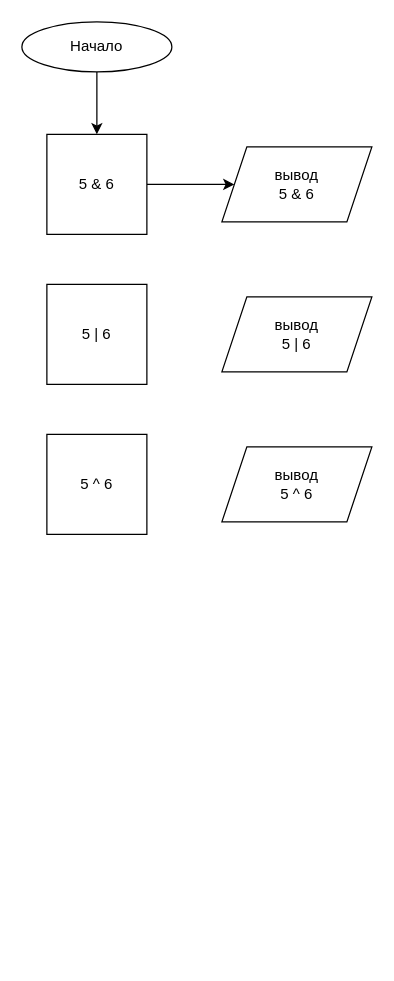
The draw.io diagram less_1_task_1.drawio in m0rtal/GeekBrains, before the edit. Source tidied: cells renumbered, new cells numbered last; positions are measured from the earlier drawing's top-left corner, leaving out a move shared by most shapes. Both pictures are drawn from the tidied source at 125%, with x=0, y=0 at pixel (21, 21).
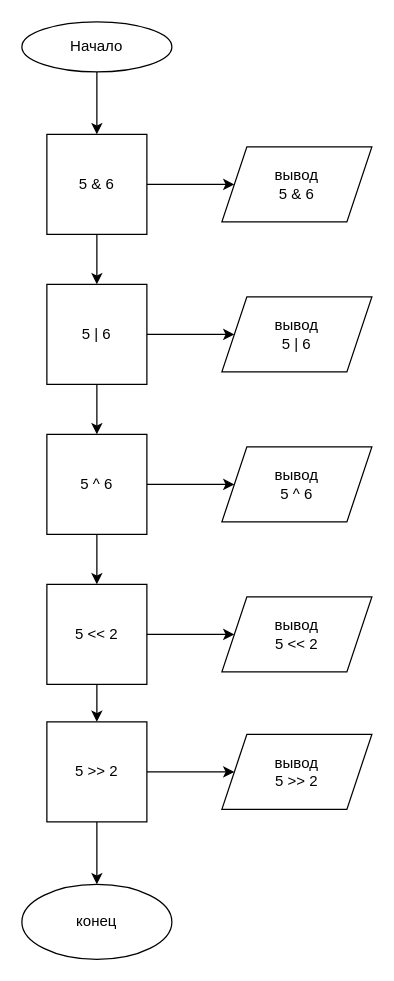
After the change.

Unchanged cells that the change refers to:
```xml
<mxCell id="5" value="5 &amp;amp; 6" style="whiteSpace=wrap;html=1;" parent="1" vertex="1">
  <mxGeometry x="20" y="90" width="80" height="80" as="geometry" />
</mxCell>
<mxCell id="7" value="5 | 6" style="whiteSpace=wrap;html=1;" parent="1" vertex="1">
  <mxGeometry x="20" y="210" width="80" height="80" as="geometry" />
</mxCell>
<mxCell id="8" value="вывод&lt;br&gt;5 | 6" style="shape=parallelogram;perimeter=parallelogramPerimeter;whiteSpace=wrap;html=1;fixedSize=1;" parent="1" vertex="1">
  <mxGeometry x="160" y="220" width="120" height="60" as="geometry" />
</mxCell>
<mxCell id="9" value="5 ^ 6" style="whiteSpace=wrap;html=1;" parent="1" vertex="1">
  <mxGeometry x="20" y="330" width="80" height="80" as="geometry" />
</mxCell>
<mxCell id="10" value="вывод&lt;br&gt;5 ^ 6" style="shape=parallelogram;perimeter=parallelogramPerimeter;whiteSpace=wrap;html=1;fixedSize=1;" parent="1" vertex="1">
  <mxGeometry x="160" y="340" width="120" height="60" as="geometry" />
</mxCell>
```

Diff of the diagram source:
```diff
@@
+    <mxCell id="11" style="edgeStyle=orthogonalEdgeStyle;rounded=0;jettySize=auto;html=1;" parent="1" edge="1" source="5" target="7">
+      <mxGeometry relative="1" as="geometry" />
+    </mxCell>
@@
+    <mxCell id="12" style="edgeStyle=orthogonalEdgeStyle;rounded=0;jettySize=auto;html=1;" parent="1" edge="1" source="7" target="8">
+      <mxGeometry relative="1" as="geometry" />
+    </mxCell>
+    <mxCell id="13" style="edgeStyle=orthogonalEdgeStyle;rounded=0;jettySize=auto;html=1;" parent="1" edge="1" source="7" target="9">
+      <mxGeometry relative="1" as="geometry" />
+    </mxCell>
@@
+    <mxCell id="14" style="edgeStyle=orthogonalEdgeStyle;rounded=0;jettySize=auto;html=1;" parent="1" edge="1" source="9" target="10">
+      <mxGeometry relative="1" as="geometry" />
+    </mxCell>
+    <mxCell id="15" style="edgeStyle=orthogonalEdgeStyle;rounded=0;jettySize=auto;html=1;" parent="1" edge="1" source="9" target="18">
+      <mxGeometry relative="1" as="geometry" />
+    </mxCell>
@@
+    <mxCell id="16" style="edgeStyle=orthogonalEdgeStyle;rounded=0;jettySize=auto;html=1;" parent="1" edge="1" source="18" target="19">
+      <mxGeometry relative="1" as="geometry" />
+    </mxCell>
+    <mxCell id="17" style="edgeStyle=orthogonalEdgeStyle;rounded=0;jettySize=auto;html=1;" parent="1" edge="1" source="18" target="22">
+      <mxGeometry relative="1" as="geometry" />
+    </mxCell>
+    <mxCell id="18" value="5 &amp;lt;&amp;lt; 2" style="whiteSpace=wrap;html=1;" parent="1" vertex="1">
+      <mxGeometry x="20" y="450" width="80" height="80" as="geometry" />
+    </mxCell>
+    <mxCell id="19" value="вывод&lt;br&gt;5 &amp;lt;&amp;lt; 2" style="shape=parallelogram;perimeter=parallelogramPerimeter;whiteSpace=wrap;html=1;fixedSize=1;" parent="1" vertex="1">
+      <mxGeometry x="160" y="460" width="120" height="60" as="geometry" />
+    </mxCell>
+    <mxCell id="20" style="edgeStyle=orthogonalEdgeStyle;rounded=0;jettySize=auto;html=1;" parent="1" edge="1" source="22" target="23">
+      <mxGeometry relative="1" as="geometry" />
+    </mxCell>
+    <mxCell id="21" style="edgeStyle=orthogonalEdgeStyle;rounded=0;jettySize=auto;html=1;" parent="1" edge="1" source="22" target="24">
+      <mxGeometry relative="1" as="geometry" />
+    </mxCell>
+    <mxCell id="22" value="5 &amp;gt;&amp;gt; 2" style="whiteSpace=wrap;html=1;" parent="1" vertex="1">
+      <mxGeometry x="20" y="560" width="80" height="80" as="geometry" />
+    </mxCell>
+    <mxCell id="23" value="вывод&lt;br&gt;5 &amp;gt;&amp;gt; 2" style="shape=parallelogram;perimeter=parallelogramPerimeter;whiteSpace=wrap;html=1;fixedSize=1;" parent="1" vertex="1">
+      <mxGeometry x="160" y="570" width="120" height="60" as="geometry" />
+    </mxCell>
+    <mxCell id="24" value="конец" style="ellipse;whiteSpace=wrap;html=1;" parent="1" vertex="1">
+      <mxGeometry y="690" width="120" height="60" as="geometry" />
+    </mxCell>
```
